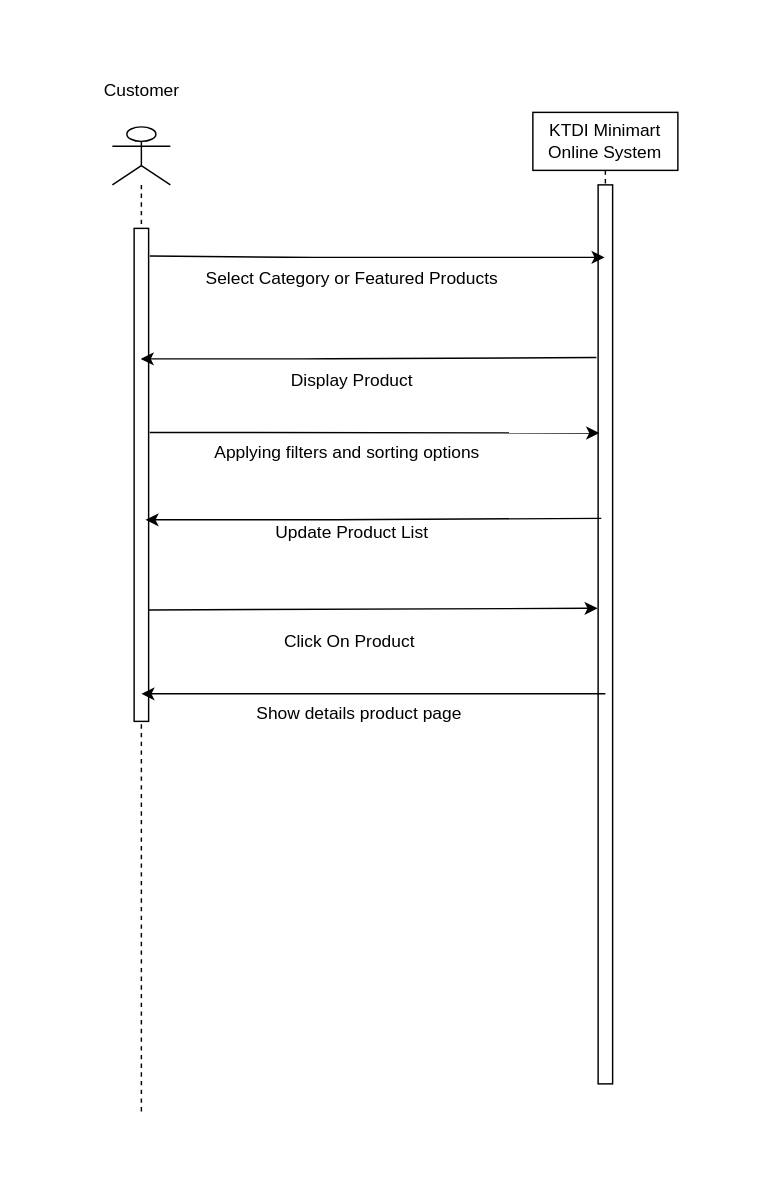
The draw.io diagram proposal/submission/sec02/Allen/UC004/sequence diagram.drawio in drshahizan/software-engineering, before the edit. Source tidied: cells renumbered, new cells numbered last; positions are measured from the earlier drawing's top-left corner, leaving out a move shared by most shapes. Both pictures are drawn from the tidied source at 145%, with x=0, y=0 at pixel (83, 68).
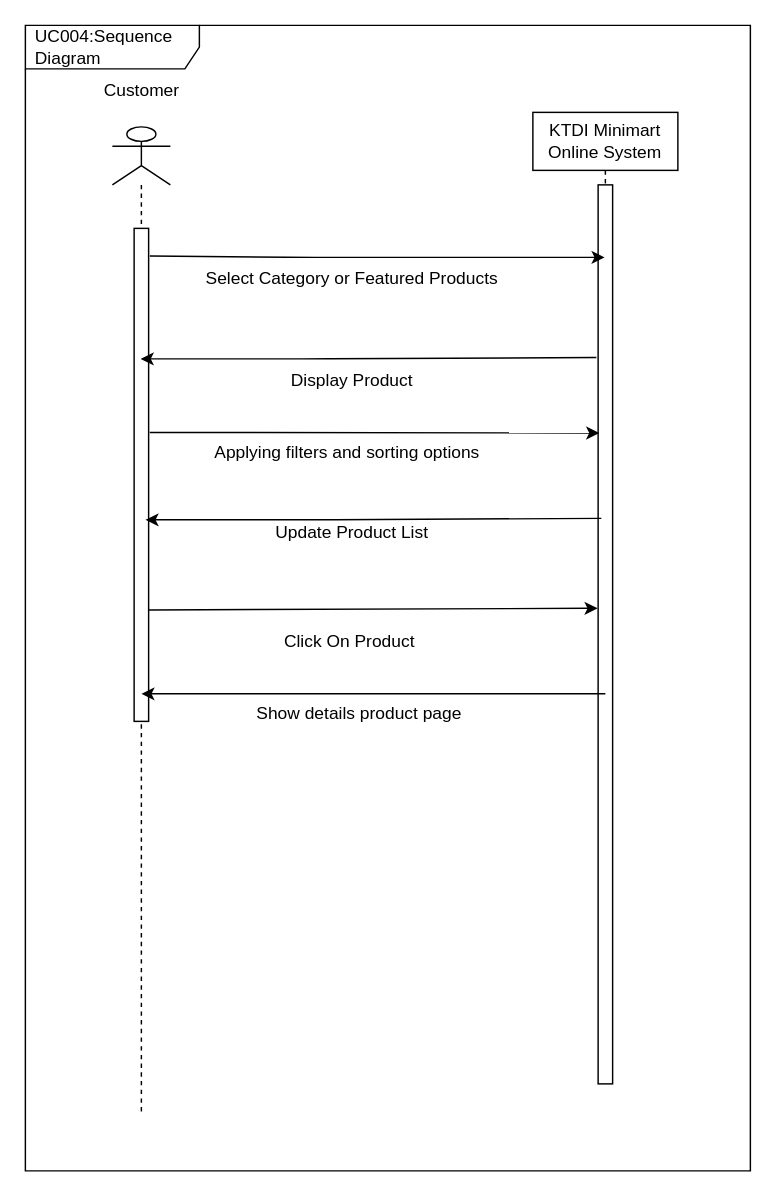
Above is the later version.

Commit message (it also covers changes not shown here):
update sequence diagram

The edit, as a diff of the source:
```diff
@@
+    <mxCell id="19" value="UC004:Sequence Diagram" style="shape=umlFrame;whiteSpace=wrap;html=1;width=120;height=30;boundedLbl=1;verticalAlign=middle;align=left;spacingLeft=5;" parent="1" vertex="1">
+      <mxGeometry x="-40" y="-30" width="500" height="790" as="geometry" />
+    </mxCell>
```
